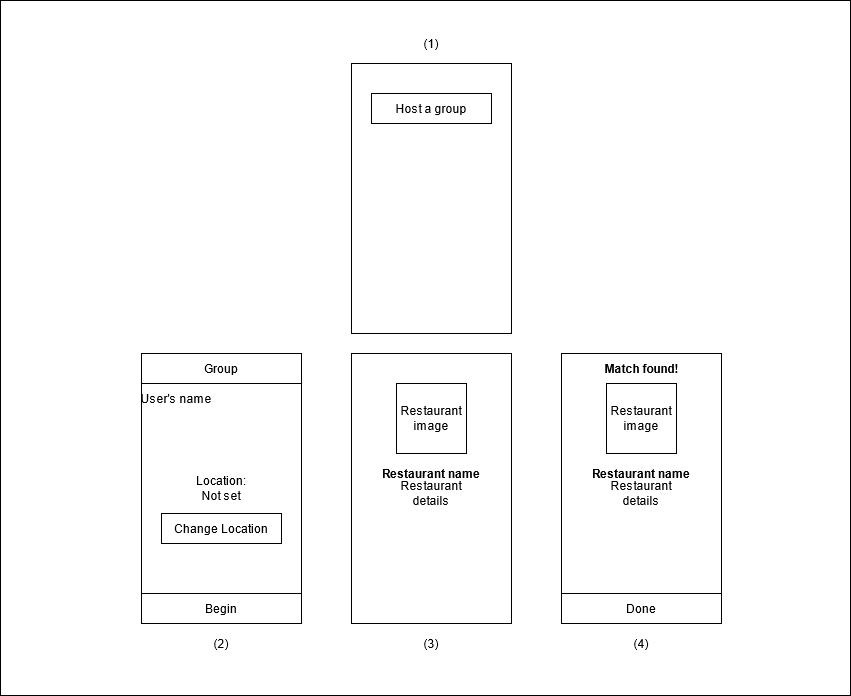
The draw.io diagram docs/iteration1_wireframe.png in cs421sp21-homework/project-g13, before a commit. Source tidied: cells renumbered, new cells last; positions are measured from the earlier drawing's top-left corner, leaving out a move shared by most shapes.
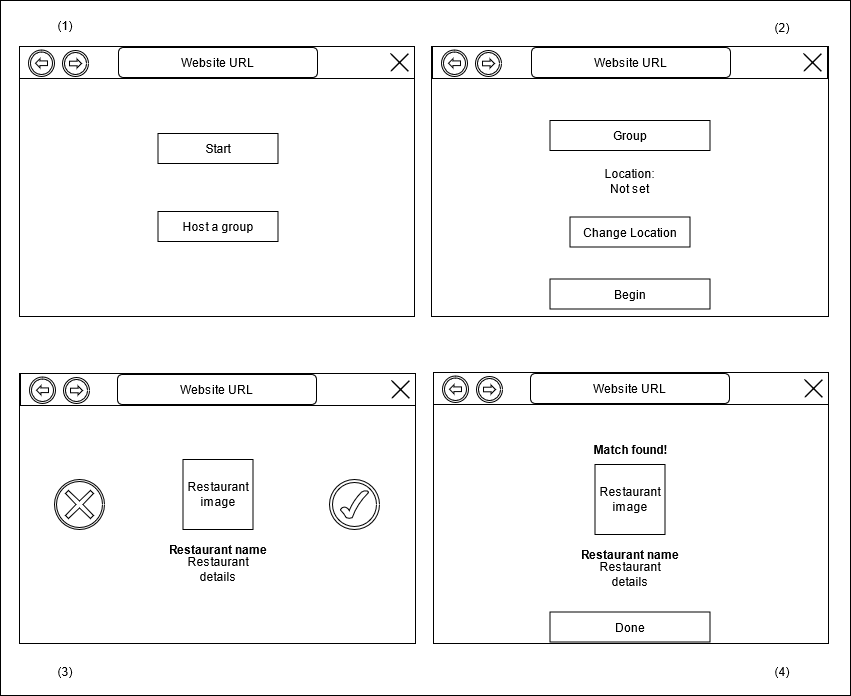
After the commit.

The edit, as a diff of the source:
```diff
@@ -6,79 +6,148 @@
       <mxGeometry width="850" height="695" as="geometry" />
     </mxCell>
     <mxCell id="3" style="rounded=0;whiteSpace=wrap;html=1;" parent="1" vertex="1">
-      <mxGeometry x="351" y="63" width="160" height="270" as="geometry" />
+      <mxGeometry x="19" y="46" width="395" height="270" as="geometry" />
     </mxCell>
     <mxCell id="4" style="rounded=0;whiteSpace=wrap;html=1;" parent="1" vertex="1">
-      <mxGeometry x="371" y="93" width="120" height="30" as="geometry" />
+      <mxGeometry x="157.5" y="211" width="120" height="30" as="geometry" />
     </mxCell>
     <mxCell id="5" value="Host a group" style="text;html=1;strokeColor=none;fillColor=none;align=center;verticalAlign=middle;whiteSpace=wrap;rounded=0;" parent="1" vertex="1">
-      <mxGeometry x="391" y="98" width="80" height="20" as="geometry" />
+      <mxGeometry x="177.5" y="216" width="80" height="20" as="geometry" />
     </mxCell>
     <mxCell id="6" style="rounded=0;whiteSpace=wrap;html=1;" parent="1" vertex="1">
-      <mxGeometry x="141" y="353" width="160" height="240" as="geometry" />
+      <mxGeometry x="644" y="53.5" width="160" height="240" as="geometry" />
     </mxCell>
     <mxCell id="7" value="&lt;div&gt;Location:&lt;/div&gt;&lt;div&gt;Not set&lt;br&gt;&lt;/div&gt;" style="rounded=0;whiteSpace=wrap;html=1;" parent="1" vertex="1">
-      <mxGeometry x="141" y="353" width="160" height="270" as="geometry" />
+      <mxGeometry x="431" y="46" width="397" height="270" as="geometry" />
     </mxCell>
     <mxCell id="8" value="Begin" style="rounded=0;whiteSpace=wrap;html=1;" parent="1" vertex="1">
-      <mxGeometry x="141" y="593" width="160" height="30" as="geometry" />
+      <mxGeometry x="549.5" y="278.5" width="160" height="30" as="geometry" />
     </mxCell>
-    <mxCell id="9" value="User's name" style="text;html=1;strokeColor=none;fillColor=none;align=center;verticalAlign=middle;whiteSpace=wrap;rounded=0;" parent="1" vertex="1">
-      <mxGeometry x="131" y="353" width="90" height="90" as="geometry" />
-    </mxCell>
     <mxCell id="10" value="Group" style="rounded=0;whiteSpace=wrap;html=1;" parent="1" vertex="1">
-      <mxGeometry x="141" y="353" width="160" height="30" as="geometry" />
+      <mxGeometry x="549.5" y="120" width="160" height="30" as="geometry" />
     </mxCell>
     <mxCell id="11" style="rounded=0;whiteSpace=wrap;html=1;" parent="1" vertex="1">
-      <mxGeometry x="351" y="353" width="160" height="240" as="geometry" />
+      <mxGeometry x="19" y="373" width="160" height="240" as="geometry" />
     </mxCell>
     <mxCell id="12" style="rounded=0;whiteSpace=wrap;html=1;" parent="1" vertex="1">
-      <mxGeometry x="351" y="353" width="160" height="270" as="geometry" />
+      <mxGeometry x="19" y="373" width="396" height="270" as="geometry" />
     </mxCell>
     <mxCell id="13" value="Restaurant image" style="rounded=0;whiteSpace=wrap;html=1;" parent="1" vertex="1">
-      <mxGeometry x="396" y="383" width="70" height="70" as="geometry" />
+      <mxGeometry x="182.5" y="459" width="70" height="70" as="geometry" />
     </mxCell>
     <mxCell id="14" value="Restaurant name" style="text;html=1;strokeColor=none;fillColor=none;align=center;verticalAlign=middle;whiteSpace=wrap;rounded=0;fontStyle=1;" parent="1" vertex="1">
-      <mxGeometry x="381" y="463" width="100" height="20" as="geometry" />
+      <mxGeometry x="167.5" y="539" width="100" height="20" as="geometry" />
     </mxCell>
     <mxCell id="15" value="Restaurant details" style="text;html=1;strokeColor=none;fillColor=none;align=center;verticalAlign=middle;whiteSpace=wrap;rounded=0;" parent="1" vertex="1">
-      <mxGeometry x="381" y="483" width="100" height="20" as="geometry" />
+      <mxGeometry x="167.5" y="559" width="100" height="20" as="geometry" />
     </mxCell>
     <mxCell id="16" style="rounded=0;whiteSpace=wrap;html=1;" parent="1" vertex="1">
-      <mxGeometry x="561" y="353" width="160" height="240" as="geometry" />
+      <mxGeometry x="561" y="373" width="160" height="240" as="geometry" />
     </mxCell>
     <mxCell id="17" style="rounded=0;whiteSpace=wrap;html=1;" parent="1" vertex="1">
-      <mxGeometry x="561" y="353" width="160" height="270" as="geometry" />
+      <mxGeometry x="433" y="373" width="395" height="270" as="geometry" />
     </mxCell>
     <mxCell id="18" value="Restaurant image" style="rounded=0;whiteSpace=wrap;html=1;" parent="1" vertex="1">
-      <mxGeometry x="606" y="383" width="70" height="70" as="geometry" />
+      <mxGeometry x="594.5" y="464" width="70" height="70" as="geometry" />
     </mxCell>
     <mxCell id="19" value="Restaurant name" style="text;html=1;strokeColor=none;fillColor=none;align=center;verticalAlign=middle;whiteSpace=wrap;rounded=0;fontStyle=1;" parent="1" vertex="1">
-      <mxGeometry x="591" y="463" width="100" height="20" as="geometry" />
+      <mxGeometry x="579.5" y="544" width="100" height="20" as="geometry" />
     </mxCell>
     <mxCell id="20" value="Restaurant details" style="text;html=1;strokeColor=none;fillColor=none;align=center;verticalAlign=middle;whiteSpace=wrap;rounded=0;" parent="1" vertex="1">
-      <mxGeometry x="591" y="483" width="100" height="20" as="geometry" />
+      <mxGeometry x="579.5" y="564" width="100" height="20" as="geometry" />
     </mxCell>
     <mxCell id="21" value="Match found!" style="text;html=1;strokeColor=none;fillColor=none;align=center;verticalAlign=middle;whiteSpace=wrap;rounded=0;fontStyle=1;" parent="1" vertex="1">
-      <mxGeometry x="601" y="358" width="80" height="20" as="geometry" />
+      <mxGeometry x="589.5" y="439" width="80" height="20" as="geometry" />
     </mxCell>
     <mxCell id="22" value="Done" style="rounded=0;whiteSpace=wrap;html=1;" parent="1" vertex="1">
-      <mxGeometry x="561" y="593" width="160" height="30" as="geometry" />
+      <mxGeometry x="549.5" y="611.5" width="160" height="30" as="geometry" />
     </mxCell>
     <mxCell id="23" value="(1)" style="text;html=1;strokeColor=none;fillColor=none;align=center;verticalAlign=middle;whiteSpace=wrap;rounded=0;" parent="1" vertex="1">
-      <mxGeometry x="411" y="33" width="40" height="20" as="geometry" />
+      <mxGeometry x="45" y="15" width="40" height="20" as="geometry" />
     </mxCell>
     <mxCell id="24" value="(2)" style="text;html=1;strokeColor=none;fillColor=none;align=center;verticalAlign=middle;whiteSpace=wrap;rounded=0;" parent="1" vertex="1">
-      <mxGeometry x="201" y="633" width="40" height="20" as="geometry" />
+      <mxGeometry x="762" y="17" width="40" height="20" as="geometry" />
     </mxCell>
     <mxCell id="25" value="(3)" style="text;html=1;strokeColor=none;fillColor=none;align=center;verticalAlign=middle;whiteSpace=wrap;rounded=0;" parent="1" vertex="1">
-      <mxGeometry x="411" y="633" width="40" height="20" as="geometry" />
+      <mxGeometry x="45" y="661" width="40" height="20" as="geometry" />
     </mxCell>
     <mxCell id="26" value="(4)" style="text;html=1;strokeColor=none;fillColor=none;align=center;verticalAlign=middle;whiteSpace=wrap;rounded=0;" parent="1" vertex="1">
-      <mxGeometry x="621" y="633" width="40" height="20" as="geometry" />
+      <mxGeometry x="762" y="661" width="40" height="20" as="geometry" />
     </mxCell>
     <mxCell id="27" value="Change Location" style="rounded=0;whiteSpace=wrap;html=1;" parent="1" vertex="1">
-      <mxGeometry x="161" y="513" width="120" height="30" as="geometry" />
+      <mxGeometry x="569.5" y="216.5" width="120" height="30" as="geometry" />
     </mxCell>
+    <mxCell id="28" value="Start" style="rounded=0;whiteSpace=wrap;html=1;" parent="1" vertex="1">
+      <mxGeometry x="157.5" y="133" width="120" height="30" as="geometry" />
+    </mxCell>
+    <mxCell id="29" style="rounded=0;whiteSpace=wrap;html=1;" parent="1" vertex="1">
+      <mxGeometry x="19" y="46" width="395" height="32" as="geometry" />
+    </mxCell>
+    <mxCell id="30" value="Website URL" style="rounded=1;whiteSpace=wrap;html=1;" parent="1" vertex="1">
+      <mxGeometry x="118" y="47" width="199" height="30" as="geometry" />
+    </mxCell>
+    <mxCell id="31" style="shape=cross;whiteSpace=wrap;html=1;rotation=45;size=0;" parent="1" vertex="1">
+      <mxGeometry x="386.6" y="49.5" width="25" height="25" as="geometry" />
+    </mxCell>
+    <mxCell id="32" style="shape=mxgraph.bpmn.shape;html=1;verticalLabelPosition=bottom;labelBackgroundColor=#ffffff;verticalAlign=top;align=center;perimeter=ellipsePerimeter;outline=catching;symbol=link;rotation=-180;" parent="1" vertex="1">
+      <mxGeometry x="28" y="49.5" width="26" height="26.5" as="geometry" />
+    </mxCell>
+    <mxCell id="33" style="shape=mxgraph.bpmn.shape;html=1;verticalLabelPosition=bottom;labelBackgroundColor=#ffffff;verticalAlign=top;align=center;perimeter=ellipsePerimeter;outline=catching;symbol=link;" parent="1" vertex="1">
+      <mxGeometry x="62" y="50" width="26" height="26" as="geometry" />
+    </mxCell>
+    <mxCell id="34" style="rounded=0;whiteSpace=wrap;html=1;" parent="1" vertex="1">
+      <mxGeometry x="432" y="46" width="395" height="32" as="geometry" />
+    </mxCell>
+    <mxCell id="35" value="Website URL" style="rounded=1;whiteSpace=wrap;html=1;" parent="1" vertex="1">
+      <mxGeometry x="531" y="47" width="199" height="30" as="geometry" />
+    </mxCell>
+    <mxCell id="36" style="shape=cross;whiteSpace=wrap;html=1;rotation=45;size=0;" parent="1" vertex="1">
+      <mxGeometry x="799.6" y="49.5" width="25" height="25" as="geometry" />
+    </mxCell>
+    <mxCell id="37" style="shape=mxgraph.bpmn.shape;html=1;verticalLabelPosition=bottom;labelBackgroundColor=#ffffff;verticalAlign=top;align=center;perimeter=ellipsePerimeter;outline=catching;symbol=link;rotation=-180;" parent="1" vertex="1">
+      <mxGeometry x="441" y="49.5" width="26" height="26.5" as="geometry" />
+    </mxCell>
+    <mxCell id="38" style="shape=mxgraph.bpmn.shape;html=1;verticalLabelPosition=bottom;labelBackgroundColor=#ffffff;verticalAlign=top;align=center;perimeter=ellipsePerimeter;outline=catching;symbol=link;" parent="1" vertex="1">
+      <mxGeometry x="475" y="50" width="26" height="26" as="geometry" />
+    </mxCell>
+    <mxCell id="39" style="rounded=0;whiteSpace=wrap;html=1;" parent="1" vertex="1">
+      <mxGeometry x="20" y="373" width="395" height="32" as="geometry" />
+    </mxCell>
+    <mxCell id="40" value="Website URL" style="rounded=1;whiteSpace=wrap;html=1;" parent="1" vertex="1">
+      <mxGeometry x="117" y="374" width="199" height="30" as="geometry" />
+    </mxCell>
+    <mxCell id="41" style="shape=cross;whiteSpace=wrap;html=1;rotation=45;size=0;" parent="1" vertex="1">
+      <mxGeometry x="387.6" y="376.5" width="25" height="25" as="geometry" />
+    </mxCell>
+    <mxCell id="42" style="shape=mxgraph.bpmn.shape;html=1;verticalLabelPosition=bottom;labelBackgroundColor=#ffffff;verticalAlign=top;align=center;perimeter=ellipsePerimeter;outline=catching;symbol=link;rotation=-180;" parent="1" vertex="1">
+      <mxGeometry x="29" y="376.5" width="26" height="26.5" as="geometry" />
+    </mxCell>
+    <mxCell id="43" style="shape=mxgraph.bpmn.shape;html=1;verticalLabelPosition=bottom;labelBackgroundColor=#ffffff;verticalAlign=top;align=center;perimeter=ellipsePerimeter;outline=catching;symbol=link;" parent="1" vertex="1">
+      <mxGeometry x="63" y="377" width="26" height="26" as="geometry" />
+    </mxCell>
+    <mxCell id="44" style="rounded=0;whiteSpace=wrap;html=1;" parent="1" vertex="1">
+      <mxGeometry x="433" y="372" width="395" height="32" as="geometry" />
+    </mxCell>
+    <mxCell id="45" value="Website URL" style="rounded=1;whiteSpace=wrap;html=1;" parent="1" vertex="1">
+      <mxGeometry x="530" y="373" width="199" height="30" as="geometry" />
+    </mxCell>
+    <mxCell id="46" style="shape=cross;whiteSpace=wrap;html=1;rotation=45;size=0;" parent="1" vertex="1">
+      <mxGeometry x="800.6" y="375.5" width="25" height="25" as="geometry" />
+    </mxCell>
+    <mxCell id="47" style="shape=mxgraph.bpmn.shape;html=1;verticalLabelPosition=bottom;labelBackgroundColor=#ffffff;verticalAlign=top;align=center;perimeter=ellipsePerimeter;outline=catching;symbol=link;rotation=-180;" parent="1" vertex="1">
+      <mxGeometry x="442" y="375.5" width="26" height="26.5" as="geometry" />
+    </mxCell>
+    <mxCell id="48" style="shape=mxgraph.bpmn.shape;html=1;verticalLabelPosition=bottom;labelBackgroundColor=#ffffff;verticalAlign=top;align=center;perimeter=ellipsePerimeter;outline=catching;symbol=link;" parent="1" vertex="1">
+      <mxGeometry x="476" y="376" width="26" height="26" as="geometry" />
+    </mxCell>
+    <mxCell id="49" style="shape=mxgraph.bpmn.shape;html=1;verticalLabelPosition=bottom;labelBackgroundColor=#ffffff;verticalAlign=top;align=center;perimeter=ellipsePerimeter;outline=boundInt;symbol=cancel;" parent="1" vertex="1">
+      <mxGeometry x="54" y="479" width="50" height="50" as="geometry" />
+    </mxCell>
+    <mxCell id="50" style="shape=mxgraph.bpmn.shape;html=1;verticalLabelPosition=bottom;labelBackgroundColor=#ffffff;verticalAlign=top;align=center;perimeter=ellipsePerimeter;outline=throwing;symbol=general;" parent="1" vertex="1">
+      <mxGeometry x="329" y="479" width="50" height="50" as="geometry" />
+    </mxCell>
+    <mxCell id="51" style="verticalLabelPosition=bottom;verticalAlign=top;html=1;shape=mxgraph.basic.tick;" parent="1" vertex="1">
+      <mxGeometry x="340" y="490" width="28" height="28" as="geometry" />
+    </mxCell>
   </root>
 </mxGraphModel>
```
